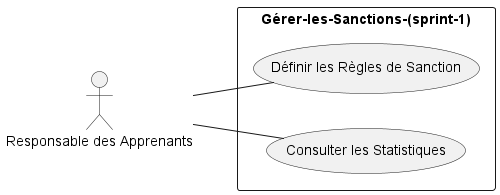
Above: out/Functional Branch/Use Case/Use-Case-Sprint1/Use-Case-Sprint1.png in Tribak-Ayoub/Project-fil-rouge (PlantUML), before the change. Its diagram source:
```plantuml
@startuml
left to right direction
actor "Responsable des Apprenants" as Admin

rectangle Gérer-les-Sanctions-(sprint-1) {
  usecase "Définir les Règles de Sanction" as UC1
 usecase "Consulter les Statistiques" as UC8
}

Admin -- UC1
Admin -- UC8

@enduml
```
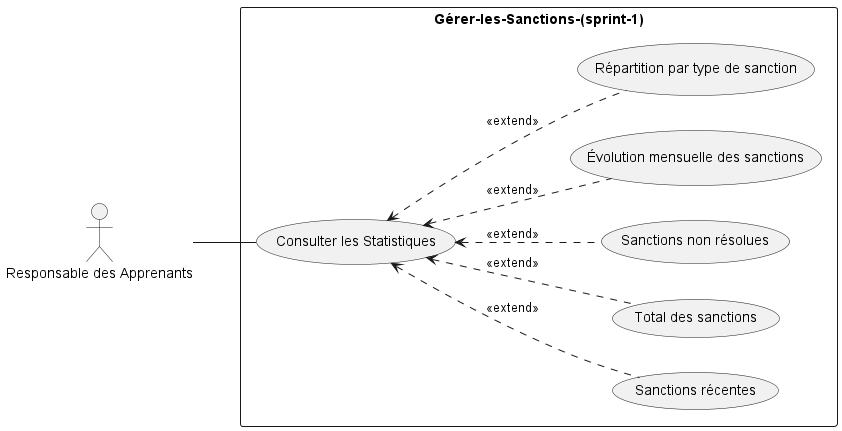
After the commit.

Commit message:
update use case and class diagram

Diff of the diagram source:
```diff
@@ -3,11 +3,20 @@
 actor "Responsable des Apprenants" as Admin
 
 rectangle Gérer-les-Sanctions-(sprint-1) {
-  usecase "Définir les Règles de Sanction" as UC1
- usecase "Consulter les Statistiques" as UC8
+  usecase "Consulter les Statistiques" as UC8
+  usecase "Sanctions récentes" as UC8_1
+  usecase "Total des sanctions" as UC8_2
+  usecase "Sanctions non résolues" as UC8_3
+  usecase "Évolution mensuelle des sanctions" as UC8_4
+  usecase "Répartition par type de sanction" as UC8_5
 }
 
-Admin -- UC1
 Admin -- UC8
 
+UC8 <.. UC8_1 : <<extend>>
+UC8 <.. UC8_2 : <<extend>>
+UC8 <.. UC8_3 : <<extend>>
+UC8 <.. UC8_4 : <<extend>>
+UC8 <.. UC8_5 : <<extend>>
+
 @enduml
```
